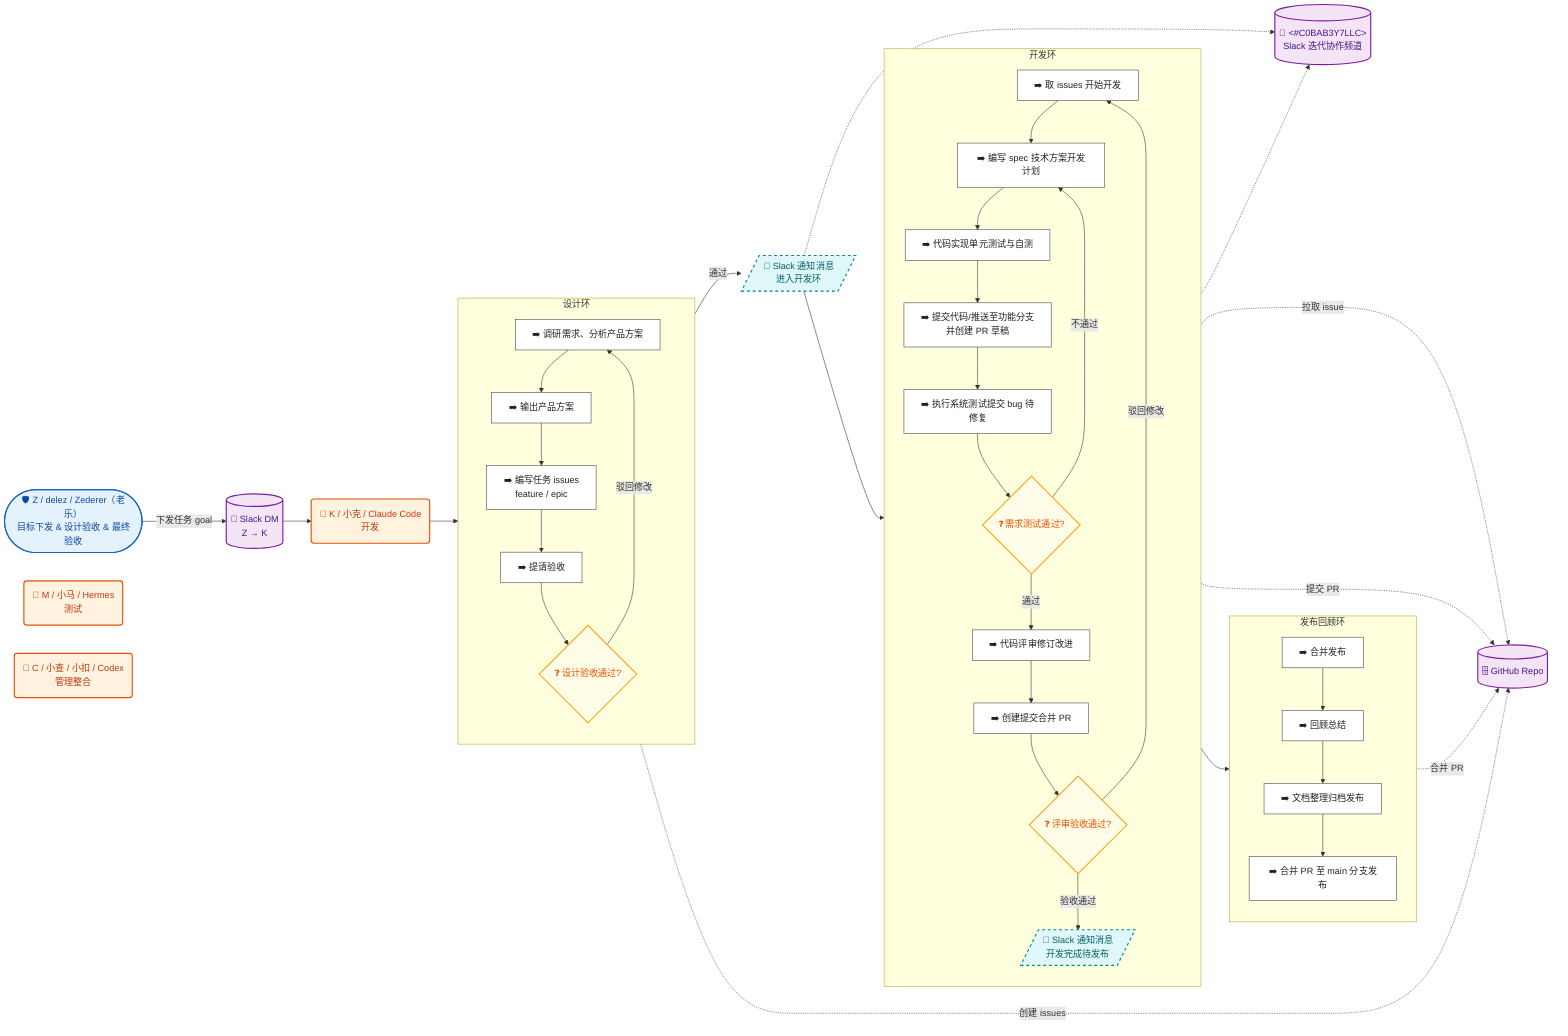
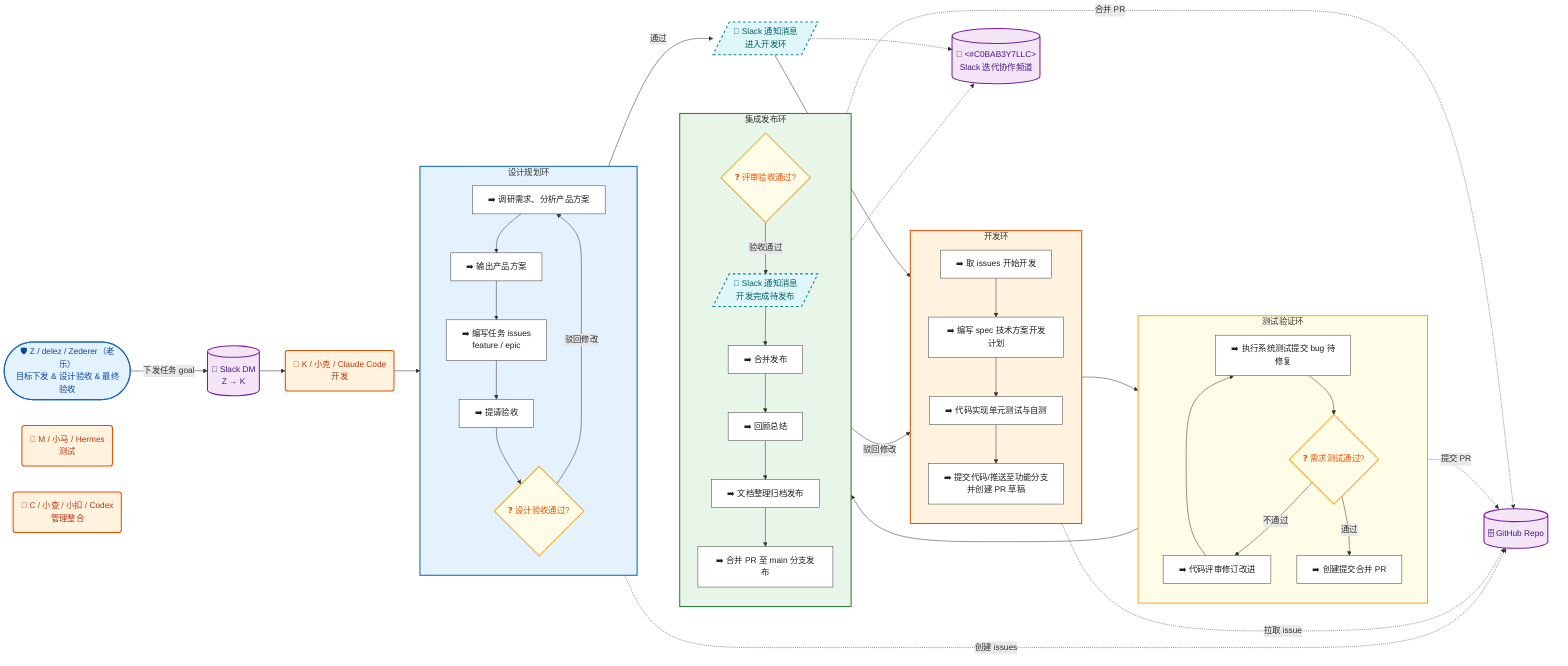
flowchart LR
    %% === 样式定义区 ===
    classDef actor     fill:#e3f2fd,stroke:#1565c0,stroke-width:2px,color:#0d47a1
    classDef system    fill:#fff3e0,stroke:#e65100,stroke-width:2px,color:#bf360c
    classDef database  fill:#f3e5f5,stroke:#7b1fa2,stroke-width:2px,color:#4a148c
    classDef external  fill:#fce4ec,stroke:#c62828,stroke-width:2px,color:#b71c1c,stroke-dasharray:5 5
    classDef decision  fill:#fffde7,stroke:#f9a825,stroke-width:2px,color:#e65100
    classDef process   fill:#ffffff,stroke:#424242,stroke-width:1px,color:#212121
    classDef terminal  fill:#e8f5e9,stroke:#2e7d32,stroke-width:2px,color:#1b5e20
    classDef error     fill:#ffebee,stroke:#c62828,stroke-width:2px,color:#b71c1c
    classDef async     fill:#e0f7fa,stroke:#00838f,stroke-width:2px,color:#006064,stroke-dasharray:5 5
    classDef highlight fill:#fff9c4,stroke:#f57f17,stroke-width:3px,color:#e65100

+     %% === 阶段背景色 ===
+     style 设计规划环 fill:#e3f2fd,stroke:#1565c0,stroke-width:2px
+     style 开发环 fill:#fff3e0,stroke:#e65100,stroke-width:2px
+     style 测试验证环 fill:#fffde7,stroke:#f9a825,stroke-width:2px
+     style 集成发布环 fill:#e8f5e9,stroke:#2e7d32,stroke-width:2px
+ 
    Z(["🛡️ Z / delez / Zederer（老乐）<br>目标下发 & 设计验收 & 最终验收"]):::actor
    K("🤖 K / 小克 / Claude Code<br>开发"):::system
    M("🤖 M / 小马 / Hermes<br>测试"):::system
    C("🤖 C / 小查 / 小扣 / Codex<br>管理整合"):::system
    S[("📢 <#C0BAB3Y7LLC><br>Slack 迭代协作频道")]:::database
    DM[("💬 Slack DM<br>Z → K")]:::database
    Git[("🗄️ GitHub Repo")]:::database

    Z -->|下发任务 goal| DM
    DM --> K

-     subgraph 设计环
+     subgraph 设计规划环
        direction TB
        D1["➡️ 调研需求、分析产品方案"]:::process --> D2["➡️ 输出产品方案"]:::process
        D2 --> D3["➡️ 编写任务 issues<br>feature / epic"]:::process
        D3 --> D4["➡️ 提请验收"]:::process
        D4 --> D5{"❓ 设计验收通过?"}:::decision
        D5 -->|驳回修改| D1
    end

    K --> D1
    D5 -->|通过| N1[/📣 Slack 通知消息<br>进入开发环/]:::async
    N1 -.-> S

    subgraph 开发环
        direction TB
        P1["➡️ 取 issues 开始开发"]:::process --> P2["➡️ 编写 spec 技术方案开发计划"]:::process
        P2 --> P3["➡️ 代码实现单元测试与自测"]:::process
        P3 --> P4["➡️ 提交代码/推送至功能分支并创建 PR 草稿"]:::process
-         P4 --> P5["➡️ 执行系统测试提交 bug 待修复"]:::process
-         P5 --> P6{"❓ 需求测试通过?"}:::decision
-         P6 -->|不通过| P2
-         P6 -->|通过| P7["➡️ 代码评审修订改进"]:::process
-         P7 --> P8["➡️ 创建提交合并 PR"]:::process
-         P8 --> P9{"❓ 评审验收通过?"}:::decision
-         P9 -->|驳回修改| P1
-         P9 -->|验收通过| N2[/📣 Slack 通知消息<br>开发完成待发布/]:::async
    end

    N1 --> P1
-     N2 -.-> S
+     P4 --> P5

-     subgraph 发布回顾环
+     subgraph 测试验证环
        direction TB
-         R1["➡️ 合并发布"]:::process --> R2["➡️ 回顾总结"]:::process
+         P5["➡️ 执行系统测试提交 bug 待修复"]:::process --> P6{"❓ 需求测试通过?"}:::decision
+         P6 -->|不通过| P7["➡️ 代码评审修订改进"]:::process
+         P7 --> P5
+         P6 -->|通过| P8["➡️ 创建提交合并 PR"]:::process
+     end
+ 
+     P8 --> P9
+ 
+     subgraph 集成发布环
+         direction TB
+         P9{"❓ 评审验收通过?"}:::decision -->|驳回修改| P1
+         P9 -->|验收通过| N2[/📣 Slack 通知消息<br>开发完成待发布/]:::async
+         N2 --> R1["➡️ 合并发布"]:::process
+         R1 --> R2["➡️ 回顾总结"]:::process
        R2 --> R3["➡️ 文档整理归档发布"]:::process
        R3 --> R4["➡️ 合并 PR 至 main 分支发布"]:::process
    end

-     N2 --> R1
+     N2 -.-> S

    D3 -.->|创建 issues| Git
    P1 -.->|拉取 issue| Git
    P8 -.->|提交 PR| Git
    R4 -.->|合并 PR| Git
